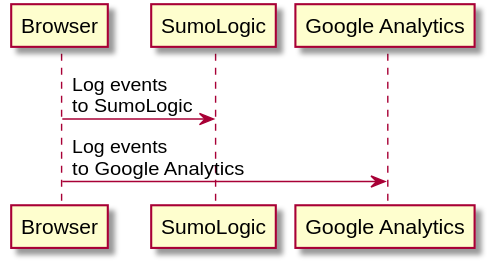
Earlier version of the PlantUML export architectures/diagrams/afterDownloadingIndexHtmlAnyHollowversePage.puml.svg (hollowverse-archive/architecture). Its source is kept beside it as architectures/diagrams/afterDownloadingIndexHtmlAnyHollowversePage.puml.
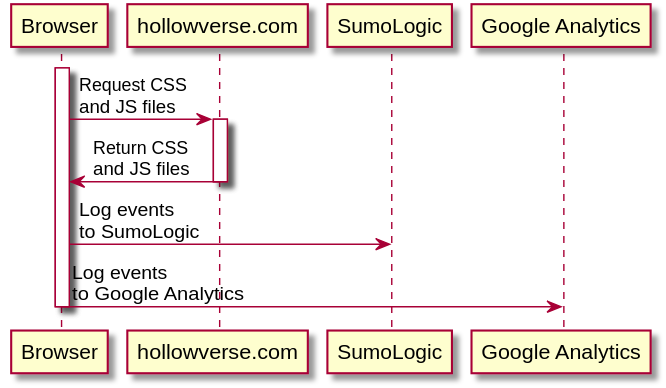
Later version of the same file.

Change to the diagram source:
```diff
@@ -1,8 +1,15 @@
 @startuml
 participant Browser as browser
+participant "hollowverse.com" as hollowverseCom
 participant SumoLogic as sl
 participant "Google Analytics" as ga
 
+activate browser
+browser -> hollowverseCom: Request CSS\nand JS files
+activate hollowverseCom
+hollowverseCom -> browser: Return CSS\nand JS files
+deactivate hollowverseCom
 browser -> sl: Log events\nto SumoLogic
 browser -> ga: Log events\nto Google Analytics
+deactivate browser
 @enduml
```
